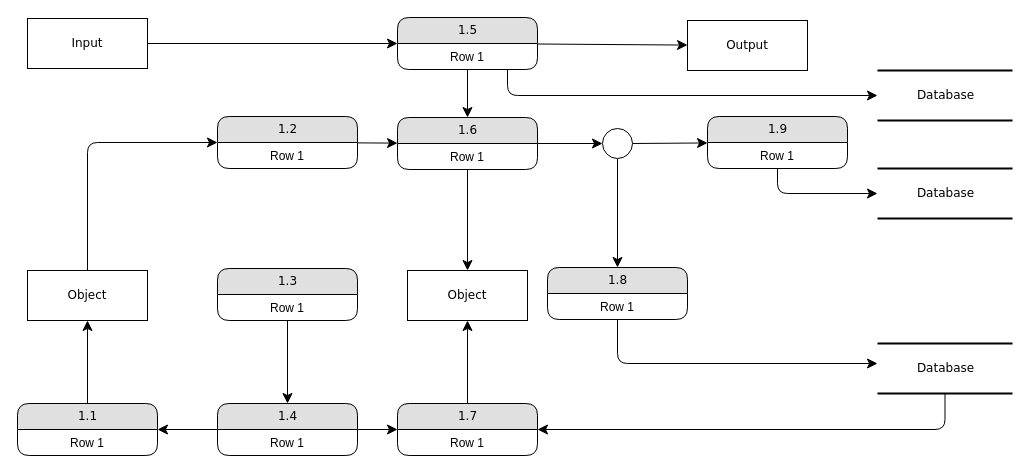
The draw.io diagram Untitled Diagram.drawio in vikinice/sem7_DZ_py, before the edit. Source tidied: cells renumbered, new cells numbered last; positions are measured from the earlier drawing's top-left corner, leaving out a move shared by most shapes. Both pictures are drawn from the tidied source at 100%, with x=0, y=0 at pixel (17, 17).
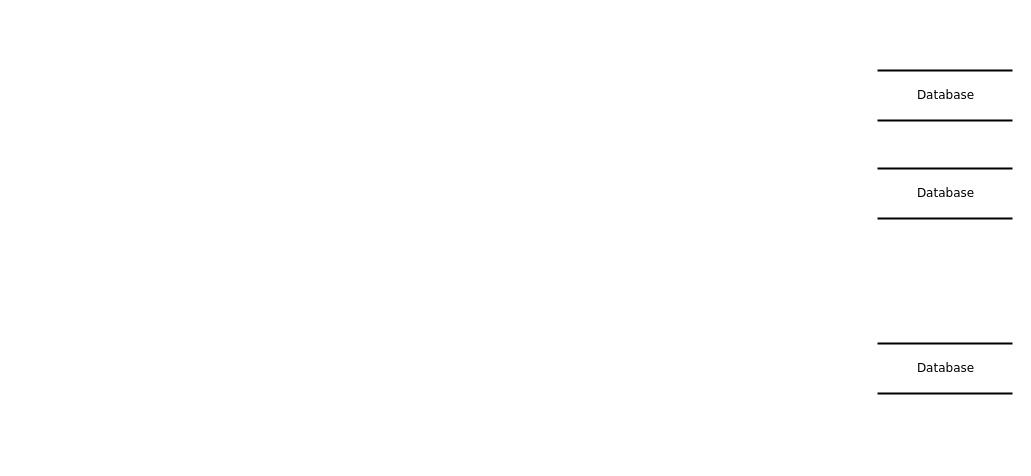
The same diagram, later.

Unchanged cells that the change refers to:
```xml
<mxCell id="2" value="Database" style="html=1;rounded=0;shadow=0;comic=0;labelBackgroundColor=none;strokeWidth=2;fontFamily=Verdana;fontSize=12;align=center;shape=mxgraph.ios7ui.horLines;" parent="1" vertex="1">
  <mxGeometry x="860" y="53" width="135" height="50" as="geometry" />
</mxCell>
<mxCell id="3" value="Database" style="html=1;rounded=0;shadow=0;comic=0;labelBackgroundColor=none;strokeWidth=2;fontFamily=Verdana;fontSize=12;align=center;shape=mxgraph.ios7ui.horLines;" parent="1" vertex="1">
  <mxGeometry x="860" y="151" width="135" height="50" as="geometry" />
</mxCell>
<mxCell id="13" value="Database" style="html=1;rounded=0;shadow=0;comic=0;labelBackgroundColor=none;strokeWidth=2;fontFamily=Verdana;fontSize=12;align=center;shape=mxgraph.ios7ui.horLines;" parent="1" vertex="1">
  <mxGeometry x="860" y="326" width="135" height="50" as="geometry" />
</mxCell>
```

Change to the diagram source:
```diff
@@
-    <mxCell id="4" value="Output" style="whiteSpace=wrap;html=1;rounded=0;shadow=0;comic=0;labelBackgroundColor=none;strokeWidth=1;fontFamily=Verdana;fontSize=12;align=center;" parent="1" vertex="1">
-      <mxGeometry x="670" y="3" width="120" height="50" as="geometry" />
-    </mxCell>
-    <mxCell id="5" style="edgeStyle=none;html=1;labelBackgroundColor=none;startFill=0;startSize=8;endFill=1;endSize=8;fontFamily=Verdana;fontSize=12;" parent="1" edge="1" source="6" target="10">
-      <mxGeometry relative="1" as="geometry" />
-    </mxCell>
-    <mxCell id="6" value="Input" style="whiteSpace=wrap;html=1;rounded=0;shadow=0;comic=0;labelBackgroundColor=none;strokeWidth=1;fontFamily=Verdana;fontSize=12;align=center;" parent="1" vertex="1">
-      <mxGeometry x="10" y="1" width="120" height="50" as="geometry" />
-    </mxCell>
-    <mxCell id="7" style="edgeStyle=none;html=1;labelBackgroundColor=none;startFill=0;startSize=8;endFill=1;endSize=8;fontFamily=Verdana;fontSize=12;" parent="1" edge="1" source="10" target="4">
-      <mxGeometry relative="1" as="geometry" />
-    </mxCell>
-    <mxCell id="8" style="edgeStyle=none;html=1;labelBackgroundColor=none;startFill=0;startSize=8;endFill=1;endSize=8;fontFamily=Verdana;fontSize=12;" parent="1" edge="1" source="10" target="16">
-      <mxGeometry relative="1" as="geometry" />
-    </mxCell>
-    <mxCell id="9" style="edgeStyle=orthogonalEdgeStyle;html=1;labelBackgroundColor=none;startFill=0;startSize=8;endFill=1;endSize=8;fontFamily=Verdana;fontSize=12;" parent="1" edge="1" source="10" target="2">
-      <mxGeometry relative="1" as="geometry">
-        <Array as="points">
-          <mxPoint x="490" y="78" />
-        </Array>
-      </mxGeometry>
-    </mxCell>
-    <mxCell id="10" value="1.5" style="swimlane;html=1;fontStyle=0;horizontal=1;startSize=26;fillColor=#e0e0e0;swimlaneFillColor=#ffffff;align=center;rounded=1;shadow=0;comic=0;labelBackgroundColor=none;strokeWidth=1;fontFamily=Verdana;fontSize=12;" parent="1" vertex="1">
-      <mxGeometry x="380" width="140" height="52" as="geometry" />
-    </mxCell>
-    <mxCell id="11" value="Row 1" style="text;html=1;strokeColor=none;fillColor=none;spacingLeft=4;spacingRight=4;whiteSpace=wrap;overflow=hidden;align=center;" parent="10" vertex="1">
-      <mxGeometry y="26" width="140" height="26" as="geometry" />
-    </mxCell>
-    <mxCell id="12" style="edgeStyle=orthogonalEdgeStyle;html=1;labelBackgroundColor=none;startFill=0;startSize=8;endFill=1;endSize=8;fontFamily=Verdana;fontSize=12;" parent="1" edge="1" source="13" target="38">
-      <mxGeometry relative="1" as="geometry">
-        <Array as="points">
-          <mxPoint x="928" y="412" />
-        </Array>
-      </mxGeometry>
-    </mxCell>
@@
-    <mxCell id="14" style="edgeStyle=none;html=1;labelBackgroundColor=none;startFill=0;startSize=8;endFill=1;endSize=8;fontFamily=Verdana;fontSize=12;" parent="1" edge="1" source="16" target="45">
-      <mxGeometry relative="1" as="geometry" />
-    </mxCell>
-    <mxCell id="15" style="edgeStyle=none;html=1;labelBackgroundColor=none;startFill=0;startSize=8;endFill=1;endSize=8;fontFamily=Verdana;fontSize=12;" parent="1" edge="1" source="16" target="42">
-      <mxGeometry relative="1" as="geometry" />
-    </mxCell>
-    <mxCell id="16" value="1.6" style="swimlane;html=1;fontStyle=0;horizontal=1;startSize=26;fillColor=#e0e0e0;swimlaneFillColor=#ffffff;align=center;rounded=1;shadow=0;comic=0;labelBackgroundColor=none;strokeWidth=1;fontFamily=Verdana;fontSize=12;" parent="1" vertex="1">
-      <mxGeometry x="380" y="100" width="140" height="52" as="geometry" />
-    </mxCell>
-    <mxCell id="17" value="Row 1" style="text;html=1;strokeColor=none;fillColor=none;spacingLeft=4;spacingRight=4;whiteSpace=wrap;overflow=hidden;align=center;" parent="16" vertex="1">
-      <mxGeometry y="26" width="140" height="26" as="geometry" />
-    </mxCell>
-    <mxCell id="18" style="edgeStyle=none;html=1;labelBackgroundColor=none;startFill=0;startSize=8;endFill=1;endSize=8;fontFamily=Verdana;fontSize=12;" parent="1" edge="1" source="19" target="16">
-      <mxGeometry relative="1" as="geometry" />
-    </mxCell>
-    <mxCell id="19" value="1.2" style="swimlane;html=1;fontStyle=0;horizontal=1;startSize=26;fillColor=#e0e0e0;swimlaneFillColor=#ffffff;align=center;rounded=1;shadow=0;comic=0;labelBackgroundColor=none;strokeWidth=1;fontFamily=Verdana;fontSize=12;" parent="1" vertex="1">
-      <mxGeometry x="200" y="99" width="140" height="52" as="geometry" />
-    </mxCell>
-    <mxCell id="20" value="Row 1" style="text;html=1;strokeColor=none;fillColor=none;spacingLeft=4;spacingRight=4;whiteSpace=wrap;overflow=hidden;align=center;" parent="19" vertex="1">
-      <mxGeometry y="26" width="140" height="26" as="geometry" />
-    </mxCell>
-    <mxCell id="21" style="edgeStyle=orthogonalEdgeStyle;html=1;labelBackgroundColor=none;startFill=0;startSize=8;endFill=1;endSize=8;fontFamily=Verdana;fontSize=12;" parent="1" edge="1" source="22" target="3">
-      <mxGeometry relative="1" as="geometry">
-        <Array as="points">
-          <mxPoint x="760" y="176" />
-        </Array>
-      </mxGeometry>
-    </mxCell>
-    <mxCell id="22" value="1.9" style="swimlane;html=1;fontStyle=0;horizontal=1;startSize=26;fillColor=#e0e0e0;swimlaneFillColor=#ffffff;align=center;rounded=1;shadow=0;comic=0;labelBackgroundColor=none;strokeWidth=1;fontFamily=Verdana;fontSize=12;" parent="1" vertex="1">
-      <mxGeometry x="690" y="99" width="140" height="52" as="geometry" />
-    </mxCell>
-    <mxCell id="23" value="Row 1" style="text;html=1;strokeColor=none;fillColor=none;spacingLeft=4;spacingRight=4;whiteSpace=wrap;overflow=hidden;align=center;" parent="22" vertex="1">
-      <mxGeometry y="26" width="140" height="26" as="geometry" />
-    </mxCell>
-    <mxCell id="24" style="edgeStyle=none;html=1;labelBackgroundColor=none;startFill=0;startSize=8;endFill=1;endSize=8;fontFamily=Verdana;fontSize=12;" parent="1" edge="1" source="25" target="35">
-      <mxGeometry relative="1" as="geometry" />
-    </mxCell>
-    <mxCell id="25" value="1.3" style="swimlane;html=1;fontStyle=0;horizontal=1;startSize=26;fillColor=#e0e0e0;swimlaneFillColor=#ffffff;align=center;rounded=1;shadow=0;comic=0;labelBackgroundColor=none;strokeWidth=1;fontFamily=Verdana;fontSize=12;" parent="1" vertex="1">
-      <mxGeometry x="200" y="251" width="140" height="52" as="geometry" />
-    </mxCell>
-    <mxCell id="26" value="Row 1" style="text;html=1;strokeColor=none;fillColor=none;spacingLeft=4;spacingRight=4;whiteSpace=wrap;overflow=hidden;align=center;" parent="25" vertex="1">
-      <mxGeometry y="26" width="140" height="26" as="geometry" />
-    </mxCell>
-    <mxCell id="27" style="edgeStyle=orthogonalEdgeStyle;html=1;labelBackgroundColor=none;startFill=0;startSize=8;endFill=1;endSize=8;fontFamily=Verdana;fontSize=12;" parent="1" edge="1" source="28" target="13">
-      <mxGeometry relative="1" as="geometry">
-        <Array as="points">
-          <mxPoint x="600" y="346" />
-        </Array>
-      </mxGeometry>
-    </mxCell>
-    <mxCell id="28" value="1.8" style="swimlane;html=1;fontStyle=0;horizontal=1;startSize=26;fillColor=#e0e0e0;swimlaneFillColor=#ffffff;align=center;rounded=1;shadow=0;comic=0;labelBackgroundColor=none;strokeWidth=1;fontFamily=Verdana;fontSize=12;" parent="1" vertex="1">
-      <mxGeometry x="530" y="250" width="140" height="52" as="geometry" />
-    </mxCell>
-    <mxCell id="29" value="Row 1" style="text;html=1;strokeColor=none;fillColor=none;spacingLeft=4;spacingRight=4;whiteSpace=wrap;overflow=hidden;align=center;" parent="28" vertex="1">
-      <mxGeometry y="26" width="140" height="26" as="geometry" />
-    </mxCell>
-    <mxCell id="30" style="edgeStyle=none;html=1;labelBackgroundColor=none;startFill=0;startSize=8;endFill=1;endSize=8;fontFamily=Verdana;fontSize=12;" parent="1" edge="1" source="31" target="41">
-      <mxGeometry relative="1" as="geometry" />
-    </mxCell>
-    <mxCell id="31" value="1.1" style="swimlane;html=1;fontStyle=0;horizontal=1;startSize=26;fillColor=#e0e0e0;swimlaneFillColor=#ffffff;align=center;rounded=1;shadow=0;comic=0;labelBackgroundColor=none;strokeWidth=1;fontFamily=Verdana;fontSize=12;" parent="1" vertex="1">
-      <mxGeometry y="386" width="140" height="52" as="geometry" />
-    </mxCell>
-    <mxCell id="32" value="Row 1" style="text;html=1;strokeColor=none;fillColor=none;spacingLeft=4;spacingRight=4;whiteSpace=wrap;overflow=hidden;align=center;" parent="31" vertex="1">
-      <mxGeometry y="26" width="140" height="26" as="geometry" />
-    </mxCell>
-    <mxCell id="33" style="edgeStyle=none;html=1;labelBackgroundColor=none;startFill=0;startSize=8;endFill=1;endSize=8;fontFamily=Verdana;fontSize=12;" parent="1" edge="1" source="35" target="38">
-      <mxGeometry relative="1" as="geometry" />
-    </mxCell>
-    <mxCell id="34" style="edgeStyle=none;html=1;labelBackgroundColor=none;startFill=0;startSize=8;endFill=1;endSize=8;fontFamily=Verdana;fontSize=12;" parent="1" edge="1" source="35" target="31">
-      <mxGeometry relative="1" as="geometry" />
-    </mxCell>
-    <mxCell id="35" value="1.4" style="swimlane;html=1;fontStyle=0;horizontal=1;startSize=26;fillColor=#e0e0e0;swimlaneFillColor=#ffffff;align=center;rounded=1;shadow=0;comic=0;labelBackgroundColor=none;strokeWidth=1;fontFamily=Verdana;fontSize=12;" parent="1" vertex="1">
-      <mxGeometry x="200" y="386" width="140" height="52" as="geometry" />
-    </mxCell>
-    <mxCell id="36" value="Row 1" style="text;html=1;strokeColor=none;fillColor=none;spacingLeft=4;spacingRight=4;whiteSpace=wrap;overflow=hidden;align=center;" parent="35" vertex="1">
-      <mxGeometry y="26" width="140" height="26" as="geometry" />
-    </mxCell>
-    <mxCell id="37" style="edgeStyle=none;html=1;labelBackgroundColor=none;startFill=0;startSize=8;endFill=1;endSize=8;fontFamily=Verdana;fontSize=12;" parent="1" edge="1" source="38" target="42">
-      <mxGeometry relative="1" as="geometry" />
-    </mxCell>
-    <mxCell id="38" value="1.7" style="swimlane;html=1;fontStyle=0;horizontal=1;startSize=26;fillColor=#e0e0e0;swimlaneFillColor=#ffffff;align=center;rounded=1;shadow=0;comic=0;labelBackgroundColor=none;strokeWidth=1;fontFamily=Verdana;fontSize=12;" parent="1" vertex="1">
-      <mxGeometry x="380" y="386" width="140" height="52" as="geometry" />
-    </mxCell>
-    <mxCell id="39" value="Row 1" style="text;html=1;strokeColor=none;fillColor=none;spacingLeft=4;spacingRight=4;whiteSpace=wrap;overflow=hidden;align=center;" parent="38" vertex="1">
-      <mxGeometry y="26" width="140" height="26" as="geometry" />
-    </mxCell>
-    <mxCell id="40" style="edgeStyle=orthogonalEdgeStyle;html=1;labelBackgroundColor=none;startFill=0;startSize=8;endFill=1;endSize=8;fontFamily=Verdana;fontSize=12;" parent="1" edge="1" source="41" target="19">
-      <mxGeometry relative="1" as="geometry">
-        <Array as="points">
-          <mxPoint x="70" y="125" />
-        </Array>
-      </mxGeometry>
-    </mxCell>
-    <mxCell id="41" value="Object" style="whiteSpace=wrap;html=1;rounded=0;shadow=0;comic=0;labelBackgroundColor=none;strokeWidth=1;fontFamily=Verdana;fontSize=12;align=center;" parent="1" vertex="1">
-      <mxGeometry x="10" y="253" width="120" height="50" as="geometry" />
-    </mxCell>
-    <mxCell id="42" value="Object" style="whiteSpace=wrap;html=1;rounded=0;shadow=0;comic=0;labelBackgroundColor=none;strokeWidth=1;fontFamily=Verdana;fontSize=12;align=center;" parent="1" vertex="1">
-      <mxGeometry x="390" y="253" width="120" height="50" as="geometry" />
-    </mxCell>
-    <mxCell id="43" style="edgeStyle=none;html=1;labelBackgroundColor=none;startFill=0;startSize=8;endFill=1;endSize=8;fontFamily=Verdana;fontSize=12;" parent="1" edge="1" source="45" target="28">
-      <mxGeometry relative="1" as="geometry" />
-    </mxCell>
-    <mxCell id="44" style="edgeStyle=none;html=1;labelBackgroundColor=none;startFill=0;startSize=8;endFill=1;endSize=8;fontFamily=Verdana;fontSize=12;" parent="1" edge="1" source="45" target="22">
-      <mxGeometry relative="1" as="geometry" />
-    </mxCell>
-    <mxCell id="45" style="ellipse;whiteSpace=wrap;html=1;rounded=1;shadow=0;comic=0;labelBackgroundColor=none;strokeWidth=1;fontFamily=Verdana;fontSize=12;align=center;" parent="1" vertex="1">
-      <mxGeometry x="585" y="111" width="30" height="30" as="geometry" />
-    </mxCell>
```
